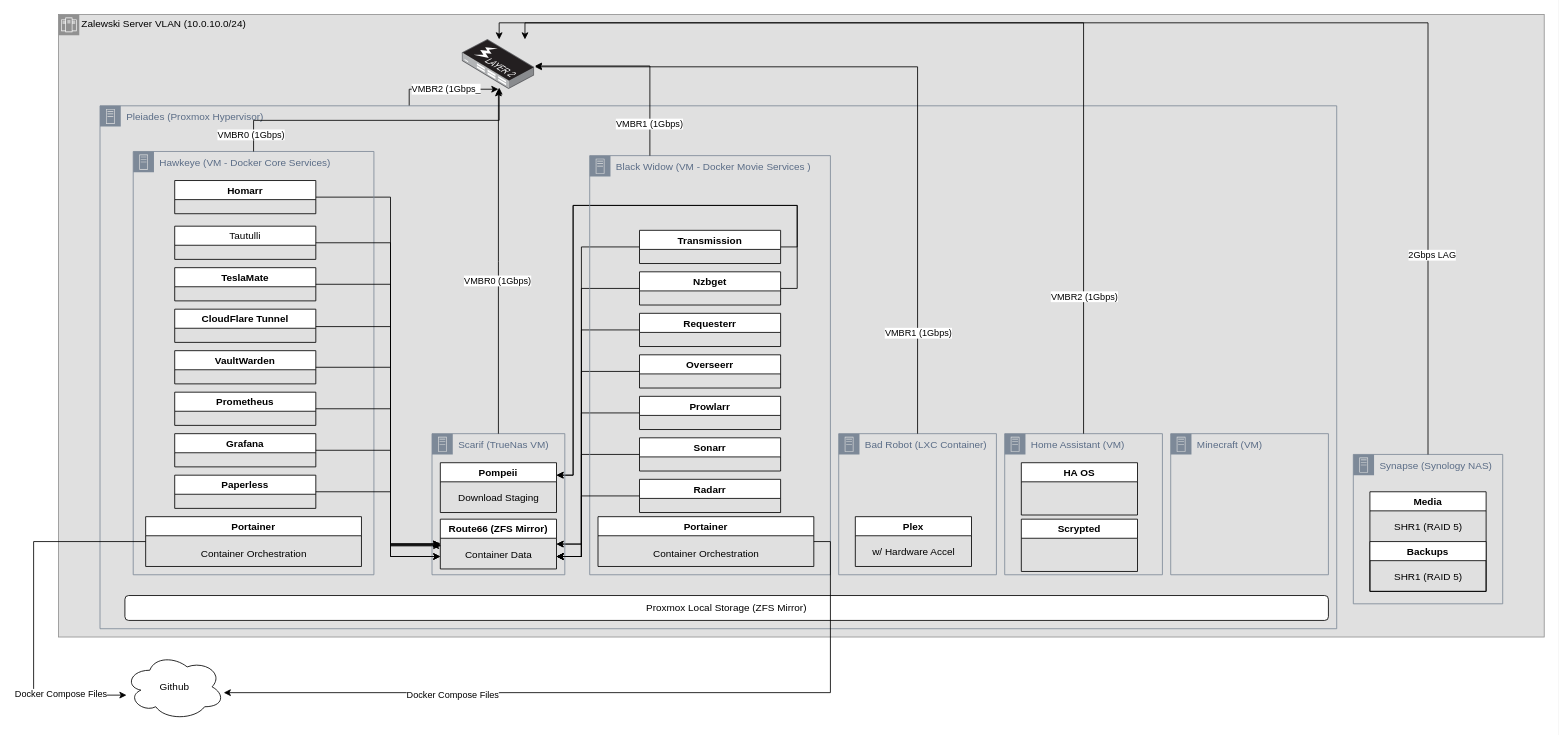
mark-zalewski/General keeps this draw.io diagram as Zalewski Cloud.drawio. Above is the earlier version. Source tidied: cells renumbered, new cells numbered last; positions are measured from the earlier drawing's top-left corner, leaving out a move shared by most shapes. Both pictures are drawn from the tidied source at 83%, with x=0, y=0 at pixel (33, 14).
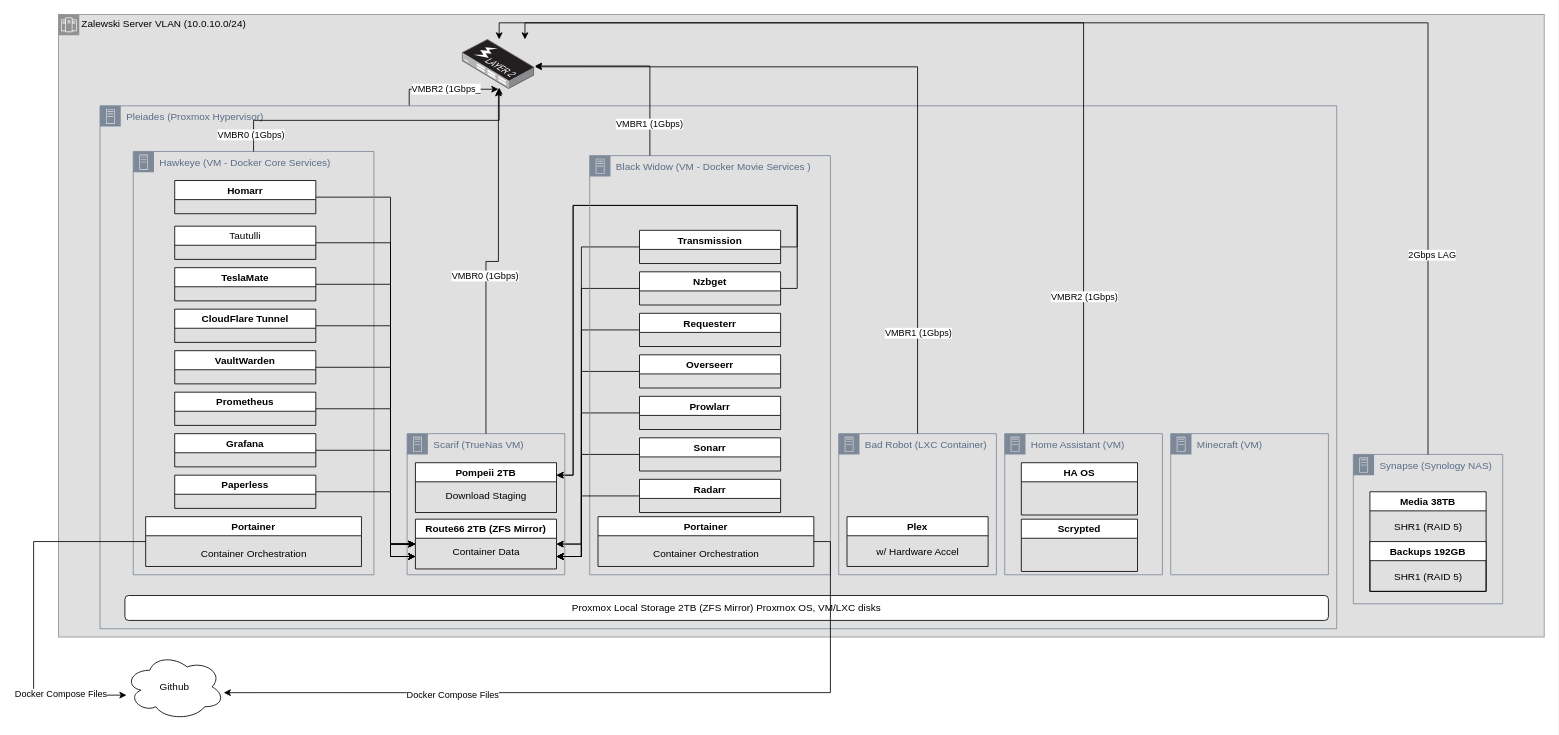
After the change.

The change refers to these unchanged cells:
```xml
<mxCell id="2" value="Zalewski Server VLAN (10.0.10.0/24)" style="shape=mxgraph.ibm.box;prType=zone;fontStyle=0;verticalAlign=top;align=left;spacingLeft=32;spacingTop=4;fillColor=#E0E0E0;rounded=0;whiteSpace=wrap;html=1;strokeColor=#919191;strokeWidth=1;dashed=0;spacing=-4;" parent="1" vertex="1">
  <mxGeometry x="30" width="1790" height="750" as="geometry" />
</mxCell>
<mxCell id="37" value="Pleiades (Proxmox Hypervisor)" style="points=[[0,0],[0.25,0],[0.5,0],[0.75,0],[1,0],[1,0.25],[1,0.5],[1,0.75],[1,1],[0.75,1],[0.5,1],[0.25,1],[0,1],[0,0.75],[0,0.5],[0,0.25]];outlineConnect=0;gradientColor=none;html=1;whiteSpace=wrap;fontSize=12;fontStyle=0;shape=mxgraph.aws4.group;grIcon=mxgraph.aws4.group_on_premise;strokeColor=#7D8998;fillColor=none;verticalAlign=top;align=left;spacingLeft=30;fontColor=#5A6C86;dashed=0;" parent="1" vertex="1">
  <mxGeometry x="80" y="110" width="1490" height="630" as="geometry" />
</mxCell>
<mxCell id="38" value="Hawkeye (VM - Docker Core Services)" style="points=[[0,0],[0.25,0],[0.5,0],[0.75,0],[1,0],[1,0.25],[1,0.5],[1,0.75],[1,1],[0.75,1],[0.5,1],[0.25,1],[0,1],[0,0.75],[0,0.5],[0,0.25]];outlineConnect=0;gradientColor=none;html=1;whiteSpace=wrap;fontSize=12;fontStyle=0;shape=mxgraph.aws4.group;grIcon=mxgraph.aws4.group_on_premise;strokeColor=#7D8998;fillColor=none;verticalAlign=top;align=left;spacingLeft=30;fontColor=#5A6C86;dashed=0;" parent="37" vertex="1">
  <mxGeometry x="40" y="55" width="290" height="510" as="geometry" />
</mxCell>
<mxCell id="41" value="VaultWarden" style="swimlane;" parent="38" vertex="1">
  <mxGeometry x="50" y="240" width="170" height="40" as="geometry" />
</mxCell>
<mxCell id="43" value="CloudFlare Tunnel" style="swimlane;" parent="38" vertex="1">
  <mxGeometry x="50" y="190" width="170" height="40" as="geometry" />
</mxCell>
```

Change to the diagram source:
```diff
@@
     <mxCell id="3" value="Plex" style="swimlane;" parent="2" vertex="1">
-      <mxGeometry x="960" y="605" width="140" height="60" as="geometry" />
+      <mxGeometry x="950" y="605" width="170" height="60" as="geometry" />
     </mxCell>
     <mxCell id="4" value="w/ Hardware Accel" style="text;html=1;align=center;verticalAlign=middle;strokeColor=none;fillColor=none;" parent="3" vertex="1">
-      <mxGeometry x="10" y="28" width="120" height="30" as="geometry" />
+      <mxGeometry x="25" y="28" width="120" height="30" as="geometry" />
     </mxCell>
@@
-    <mxCell id="6" value="Media" style="swimlane;" parent="2" vertex="1">
+    <mxCell id="6" value="Media 38TB" style="swimlane;" parent="2" vertex="1">
       <mxGeometry x="1580" y="575" width="140" height="120" as="geometry" />
     </mxCell>
@@
-    <mxCell id="8" value="Backups" style="swimlane;" parent="6" vertex="1">
+    <mxCell id="8" value="Backups 192GB" style="swimlane;" parent="6" vertex="1">
       <mxGeometry y="60" width="140" height="60" as="geometry" />
     </mxCell>
@@
-    <mxCell id="20" value="Pompeii" style="swimlane;" parent="2" vertex="1">
-      <mxGeometry x="460" y="540" width="140" height="60" as="geometry" />
+    <mxCell id="20" value="Pompeii 2TB" style="swimlane;" parent="2" vertex="1">
+      <mxGeometry x="430" y="540" width="170" height="60" as="geometry" />
     </mxCell>
     <mxCell id="21" value="Download Staging" style="text;html=1;align=center;verticalAlign=middle;strokeColor=none;fillColor=none;" parent="20" vertex="1">
-      <mxGeometry x="10" y="28" width="120" height="30" as="geometry" />
+      <mxGeometry x="25" y="25" width="120" height="30" as="geometry" />
     </mxCell>
-    <mxCell id="22" value="Route66 (ZFS Mirror)" style="swimlane;" parent="2" vertex="1">
-      <mxGeometry x="460" y="608" width="140" height="60" as="geometry" />
+    <mxCell id="22" value="Route66 2TB (ZFS Mirror)" style="swimlane;" parent="2" vertex="1">
+      <mxGeometry x="430" y="608" width="170" height="60" as="geometry" />
     </mxCell>
-    <mxCell id="23" value="Container Data" style="text;html=1;align=center;verticalAlign=middle;strokeColor=none;fillColor=none;" parent="22" vertex="1">
-      <mxGeometry x="20" y="28" width="100" height="30" as="geometry" />
-    </mxCell>
@@
-    <mxCell id="42" style="edgeStyle=orthogonalEdgeStyle;rounded=0;orthogonalLoop=1;jettySize=auto;html=1;exitX=1;exitY=0.5;exitDx=0;exitDy=0;" parent="38" edge="1">
-      <mxGeometry relative="1" as="geometry">
-        <mxPoint x="211" y="210" as="sourcePoint" />
-        <mxPoint x="370" y="475" as="targetPoint" />
-        <Array as="points">
-          <mxPoint x="211" y="211" />
-          <mxPoint x="310" y="211" />
-          <mxPoint x="310" y="475" />
-          <mxPoint x="370" y="475" />
-        </Array>
-      </mxGeometry>
-    </mxCell>
@@
     <mxCell id="49" value="Scarif (TrueNas VM)" style="points=[[0,0],[0.25,0],[0.5,0],[0.75,0],[1,0],[1,0.25],[1,0.5],[1,0.75],[1,1],[0.75,1],[0.5,1],[0.25,1],[0,1],[0,0.75],[0,0.5],[0,0.25]];outlineConnect=0;gradientColor=none;html=1;whiteSpace=wrap;fontSize=12;fontStyle=0;shape=mxgraph.aws4.group;grIcon=mxgraph.aws4.group_on_premise;strokeColor=#7D8998;fillColor=none;verticalAlign=top;align=left;spacingLeft=30;fontColor=#5A6C86;dashed=0;" parent="37" vertex="1">
-      <mxGeometry x="400" y="395" width="160" height="170" as="geometry" />
+      <mxGeometry x="370" y="395" width="190" height="170" as="geometry" />
     </mxCell>
-    <mxCell id="50" style="edgeStyle=orthogonalEdgeStyle;rounded=0;jettySize=auto;html=1;exitX=1;exitY=0.5;exitDx=0;exitDy=0;" parent="37" edge="1" source="41">
-      <mxGeometry relative="1" as="geometry">
-        <mxPoint x="400" y="530" as="targetPoint" />
-        <Array as="points">
-          <mxPoint x="350" y="315" />
-          <mxPoint x="350" y="530" />
-          <mxPoint x="410" y="530" />
-        </Array>
-      </mxGeometry>
-    </mxCell>
+    <mxCell id="23" value="Container Data" style="text;html=1;align=center;verticalAlign=middle;strokeColor=none;fillColor=none;" parent="49" vertex="1">
+      <mxGeometry x="45" y="128" width="100" height="30" as="geometry" />
+    </mxCell>
@@
-    <mxCell id="56" value="Proxmox Local Storage (ZFS Mirror)" style="rounded=1;whiteSpace=wrap;html=1;" parent="37" vertex="1">
+    <mxCell id="56" value="Proxmox Local Storage 2TB (ZFS Mirror) Proxmox OS, VM/LXC disks" style="rounded=1;whiteSpace=wrap;html=1;" parent="37" vertex="1">
       <mxGeometry x="30" y="590" width="1450" height="30" as="geometry" />
     </mxCell>
@@
+    <mxCell id="79" style="edgeStyle=orthogonalEdgeStyle;rounded=0;jettySize=auto;html=1;exitX=1;exitY=0.5;exitDx=0;exitDy=0;entryX=0;entryY=0.75;entryDx=0;entryDy=0;" parent="1" edge="1" source="43" target="22">
+      <mxGeometry relative="1" as="geometry">
+        <Array as="points">
+          <mxPoint x="430" y="375" />
+          <mxPoint x="430" y="653" />
+        </Array>
+      </mxGeometry>
+    </mxCell>
+    <mxCell id="80" style="edgeStyle=orthogonalEdgeStyle;rounded=0;jettySize=auto;html=1;exitX=1;exitY=0.5;exitDx=0;exitDy=0;entryX=0;entryY=0.5;entryDx=0;entryDy=0;" parent="1" edge="1" source="41" target="22">
+      <mxGeometry relative="1" as="geometry">
+        <Array as="points">
+          <mxPoint x="430" y="425" />
+          <mxPoint x="430" y="638" />
+        </Array>
+      </mxGeometry>
+    </mxCell>
```
